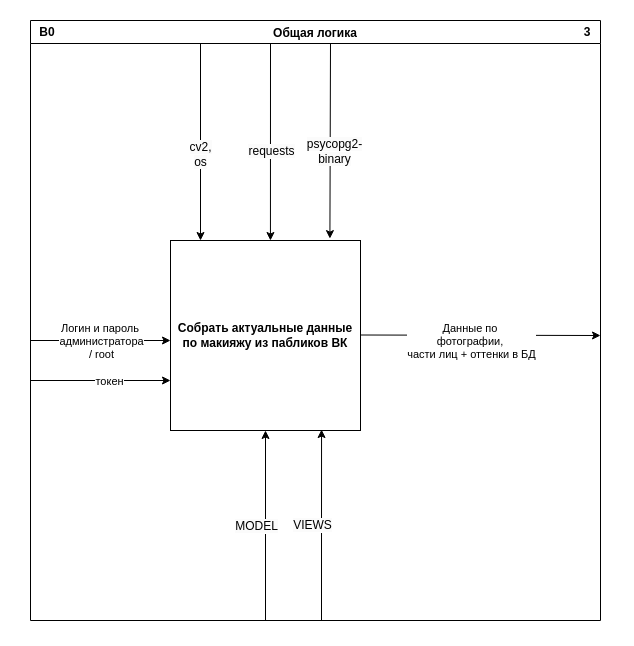
The draw.io diagram page "Общая логика (В0)" (3 of 7) of documentation/Диаграмма без названия.drawio in DashaTkach/Project, before the edit. Source tidied: cells renumbered, new cells numbered last; positions are measured from the earlier drawing's top-left corner, leaving out a move shared by most shapes. Both pictures are drawn from the tidied source at 100%, with x=0, y=0 at pixel (17, 17).
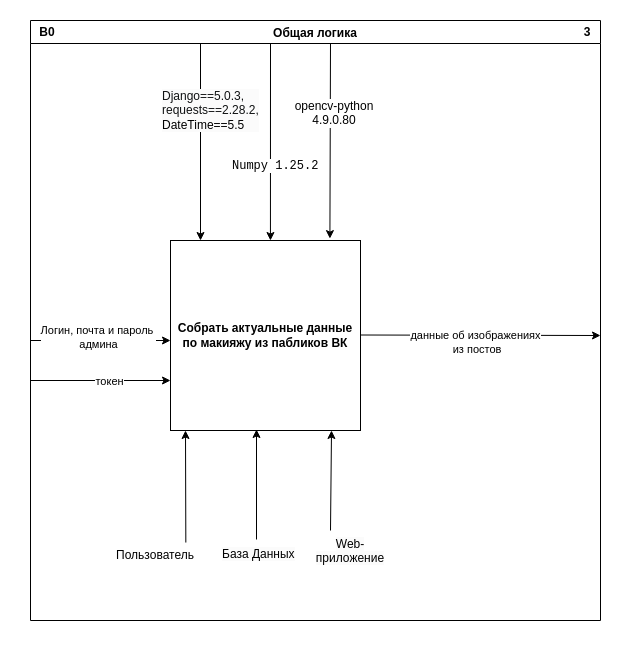
The same diagram, later.

Unchanged cells that the change refers to:
```xml
<mxCell id="2" value="&lt;b&gt;Собрать актуальные данные по макияжу из пабликов ВК&lt;/b&gt;" style="whiteSpace=wrap;html=1;" parent="1" vertex="1">
  <mxGeometry x="153" y="223" width="190" height="190" as="geometry" />
</mxCell>
<mxCell id="4" style="endArrow=classic;html=1;rounded=0;entryX=0.75;entryY=0;entryDx=0;entryDy=0;" parent="1" edge="1">
  <mxGeometry relative="1" as="geometry">
    <mxPoint x="183" y="23" as="sourcePoint" />
    <mxPoint x="183" y="223" as="targetPoint" />
  </mxGeometry>
</mxCell>
<mxCell id="6" style="endArrow=classic;html=1;rounded=0;entryX=0.526;entryY=0;entryDx=0;entryDy=0;entryPerimeter=0;" parent="1" edge="1" target="2">
  <mxGeometry relative="1" as="geometry">
    <mxPoint x="253" y="23" as="sourcePoint" />
  </mxGeometry>
</mxCell>
<mxCell id="8" style="endArrow=classic;html=1;rounded=0;entryX=0.839;entryY=-0.01;entryDx=0;entryDy=0;entryPerimeter=0;" parent="1" edge="1" target="2">
  <mxGeometry relative="1" as="geometry">
    <mxPoint x="313" y="23" as="sourcePoint" />
  </mxGeometry>
</mxCell>
<mxCell id="11" value="Общая логика" style="swimlane;" parent="1" vertex="1">
  <mxGeometry x="13" y="3" width="570" height="600" as="geometry" />
</mxCell>
```

What changed in the source:
```diff
@@
-    <mxCell id="5" value="&lt;span style=&quot;font-size: 12px; text-wrap: wrap; background-color: rgb(251, 251, 251);&quot;&gt;cv2, os&lt;/span&gt;" style="edgeLabel;html=1;align=center;verticalAlign=middle;" parent="4" vertex="1">
-      <mxGeometry x="0.13" y="-1" relative="1" as="geometry" />
-    </mxCell>
@@
-    <mxCell id="7" value="&lt;span style=&quot;font-size: 12px; text-wrap: wrap; background-color: rgb(251, 251, 251);&quot;&gt;requests&lt;/span&gt;" style="edgeLabel;html=1;align=center;verticalAlign=middle;" parent="6" vertex="1">
-      <mxGeometry x="0.39" y="1" relative="1" as="geometry">
-        <mxPoint y="-29" as="offset" />
-      </mxGeometry>
-    </mxCell>
@@
-    <mxCell id="9" value="&lt;span style=&quot;font-size: 12px; text-wrap: wrap; background-color: rgb(251, 251, 251);&quot;&gt;psycopg2-binary&lt;/span&gt;" style="edgeLabel;html=1;align=center;verticalAlign=middle;" parent="8" vertex="1">
-      <mxGeometry x="-0.08" y="2" relative="1" as="geometry">
-        <mxPoint x="2" y="19" as="offset" />
-      </mxGeometry>
-    </mxCell>
@@
-    <mxCell id="13" style="endArrow=classic;html=1;rounded=0;entryX=0.5;entryY=1;entryDx=0;entryDy=0;" parent="11" edge="1" target="2">
-      <mxGeometry relative="1" as="geometry">
-        <mxPoint x="235" y="600" as="sourcePoint" />
-      </mxGeometry>
-    </mxCell>
-    <mxCell id="14" value="&lt;span style=&quot;font-size: 12px; text-wrap: wrap; background-color: rgb(251, 251, 251);&quot;&gt;MODEL&lt;/span&gt;" style="edgeLabel;html=1;align=center;verticalAlign=middle;" parent="13" vertex="1">
-      <mxGeometry x="-0.23" relative="1" as="geometry">
-        <mxPoint x="-10" y="-22" as="offset" />
-      </mxGeometry>
-    </mxCell>
-    <mxCell id="15" value="Логин и пароль&amp;nbsp;&lt;div&gt;администратора&lt;/div&gt;&lt;div&gt;/ root&lt;/div&gt;" style="edgeLabel;html=1;align=center;verticalAlign=middle;" parent="11" vertex="1">
-      <mxGeometry x="70" y="320" as="geometry" />
+    <mxCell id="15" value="Логин, почта и пароль&amp;nbsp;&lt;div&gt;админа&lt;/div&gt;" style="edgeLabel;html=1;align=center;verticalAlign=middle;" parent="11" vertex="1">
+      <mxGeometry x="60" y="320" as="geometry">
+        <mxPoint x="7" y="-4" as="offset" />
+      </mxGeometry>
     </mxCell>
@@
-    <mxCell id="18" value="Данные по&amp;nbsp;&lt;div&gt;фотографии,&amp;nbsp;&lt;div&gt;части лиц + оттенки в БД&lt;/div&gt;&lt;/div&gt;" style="edgeLabel;html=1;align=center;verticalAlign=middle;" parent="11" vertex="1">
-      <mxGeometry x="420" y="330" as="geometry">
-        <mxPoint x="20" y="-10" as="offset" />
-      </mxGeometry>
-    </mxCell>
+    <mxCell id="22" value="&lt;p style=&quot;forced-color-adjust: none; color: rgb(0, 0, 0); font-size: 12px; font-style: normal; font-variant-ligatures: normal; font-variant-caps: normal; font-weight: 400; letter-spacing: normal; orphans: 2; text-align: left; text-indent: 0px; text-transform: none; widows: 2; word-spacing: 0px; -webkit-text-stroke-width: 0px; text-decoration-thickness: initial; text-decoration-style: initial; text-decoration-color: initial; background-color: rgb(251, 251, 251);&quot;&gt;&lt;font face=&quot;Helvetica&quot; color=&quot;#111314&quot; style=&quot;forced-color-adjust: none;&quot;&gt;Django==5.0.3,&lt;br&gt; &lt;/font&gt;&lt;font face=&quot;Helvetica&quot; color=&quot;#111314&quot; style=&quot;forced-color-adjust: none;&quot;&gt;requests==2.28.2,&lt;br&gt; &lt;/font&gt;DateTime==5.5&lt;/p&gt;" style="text;html=1;verticalAlign=middle;whiteSpace=wrap;" parent="11" vertex="1">
+      <mxGeometry x="130" y="70" width="100" height="40" as="geometry" />
+    </mxCell>
+    <mxCell id="23" value="&lt;pre style=&quot;forced-color-adjust: none; color: rgb(0, 0, 0); font-size: 12px; font-style: normal; font-variant-ligatures: normal; font-variant-caps: normal; font-weight: 400; letter-spacing: normal; orphans: 2; text-align: left; text-indent: 0px; text-transform: none; widows: 2; word-spacing: 0px; -webkit-text-stroke-width: 0px; background-color: rgb(255, 255, 255); text-decoration-thickness: initial; text-decoration-style: initial; text-decoration-color: initial;&quot;&gt;Numpy 1.25.2&lt;/pre&gt;" style="text;whiteSpace=wrap;html=1;" parent="11" vertex="1">
+      <mxGeometry x="200" y="120" width="130" height="40" as="geometry" />
+    </mxCell>
+    <mxCell id="24" value="&lt;p style=&quot;forced-color-adjust: none; color: rgb(0, 0, 0); font-size: 12px; font-style: normal; font-variant-ligatures: normal; font-variant-caps: normal; font-weight: 400; letter-spacing: normal; orphans: 2; text-indent: 0px; text-transform: none; widows: 2; word-spacing: 0px; -webkit-text-stroke-width: 0px; background-color: rgb(255, 255, 255); text-decoration-thickness: initial; text-decoration-style: initial; text-decoration-color: initial;&quot;&gt;&lt;font face=&quot;Helvetica&quot; style=&quot;forced-color-adjust: none;&quot;&gt;opencv-python&lt;br&gt;&lt;/font&gt;&lt;font face=&quot;Helvetica&quot; style=&quot;forced-color-adjust: none;&quot;&gt;4.9.0.80&lt;/font&gt;&lt;/p&gt;" style="text;whiteSpace=wrap;html=1;align=center;" parent="11" vertex="1">
+      <mxGeometry x="219" y="60" width="170" height="60" as="geometry" />
+    </mxCell>
+    <mxCell id="25" value="данные об изображениях&lt;div&gt;&amp;nbsp;из постов&lt;/div&gt;" style="edgeLabel;html=1;align=center;verticalAlign=middle;" parent="11" vertex="1">
+      <mxGeometry x="450" y="280" as="geometry">
+        <mxPoint x="-6" y="41" as="offset" />
+      </mxGeometry>
+    </mxCell>
@@
-    <mxCell id="20" style="endArrow=classic;html=1;rounded=0;entryX=0.795;entryY=0.995;entryDx=0;entryDy=0;entryPerimeter=0;" parent="1" edge="1" target="2">
-      <mxGeometry relative="1" as="geometry">
-        <mxPoint x="304" y="603" as="sourcePoint" />
-      </mxGeometry>
-    </mxCell>
-    <mxCell id="21" value="&lt;span style=&quot;font-size: 12px; text-wrap: wrap; background-color: rgb(251, 251, 251);&quot;&gt;VIEWS&lt;/span&gt;" style="edgeLabel;html=1;align=center;verticalAlign=middle;" parent="20" vertex="1">
-      <mxGeometry x="-0.23" relative="1" as="geometry">
-        <mxPoint x="-10" y="-22" as="offset" />
-      </mxGeometry>
-    </mxCell>
+    <mxCell id="26" value="&lt;span style=&quot;color: rgb(0, 0, 0); font-family: Helvetica; font-size: 12px; font-style: normal; font-variant-ligatures: normal; font-variant-caps: normal; font-weight: 400; letter-spacing: normal; orphans: 2; text-align: center; text-indent: 0px; text-transform: none; widows: 2; word-spacing: 0px; -webkit-text-stroke-width: 0px; white-space: normal; background-color: rgb(251, 251, 251); text-decoration-thickness: initial; text-decoration-style: initial; text-decoration-color: initial; display: inline !important; float: none;&quot;&gt;База Данных&lt;/span&gt;" style="text;whiteSpace=wrap;html=1;" parent="1" vertex="1">
+      <mxGeometry x="203" y="523" width="80" height="40" as="geometry" />
+    </mxCell>
+    <mxCell id="27" value="Пользователь" style="text;html=1;align=center;verticalAlign=middle;whiteSpace=wrap;rounded=0;" parent="1" vertex="1">
+      <mxGeometry x="93" y="523" width="90" height="30" as="geometry" />
+    </mxCell>
+    <mxCell id="28" value="&lt;span style=&quot;color: rgb(0, 0, 0); font-family: Helvetica; font-size: 12px; font-style: normal; font-variant-ligatures: normal; font-variant-caps: normal; font-weight: 400; letter-spacing: normal; orphans: 2; text-indent: 0px; text-transform: none; widows: 2; word-spacing: 0px; -webkit-text-stroke-width: 0px; white-space: normal; background-color: rgb(251, 251, 251); text-decoration-thickness: initial; text-decoration-style: initial; text-decoration-color: initial; float: none; display: inline !important;&quot;&gt;Web-приложение&lt;/span&gt;" style="text;whiteSpace=wrap;html=1;align=center;" parent="1" vertex="1">
+      <mxGeometry x="293" y="513" width="80" height="40" as="geometry" />
+    </mxCell>
+    <mxCell id="29" style="endArrow=classic;html=1;rounded=0;entryX=0.455;entryY=0.997;entryDx=0;entryDy=0;entryPerimeter=0;" parent="1" edge="1">
+      <mxGeometry relative="1" as="geometry">
+        <mxPoint x="239" y="522" as="sourcePoint" />
+        <mxPoint x="239" y="412" as="targetPoint" />
+      </mxGeometry>
+    </mxCell>
+    <mxCell id="30" style="endArrow=classic;html=1;rounded=0;exitX=0.837;exitY=0.068;exitDx=0;exitDy=0;exitPerimeter=0;" parent="1" edge="1" source="27">
+      <mxGeometry relative="1" as="geometry">
+        <mxPoint x="168" y="413" as="targetPoint" />
+      </mxGeometry>
+    </mxCell>
+    <mxCell id="31" style="endArrow=classic;html=1;rounded=0;exitX=0.25;exitY=0;exitDx=0;exitDy=0;entryX=0.846;entryY=1;entryDx=0;entryDy=0;entryPerimeter=0;" parent="1" edge="1" source="28">
+      <mxGeometry relative="1" as="geometry">
+        <mxPoint x="314" y="413" as="targetPoint" />
+      </mxGeometry>
+    </mxCell>
```
